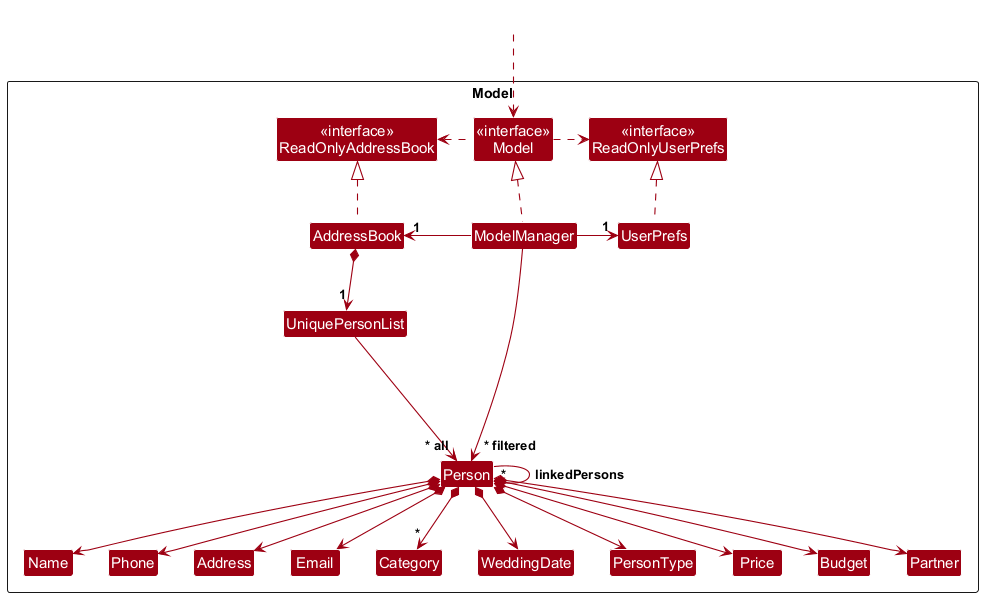
This is docs/images/ModelClassDiagram.png from xxdydx/tp, a PlantUML export, as it was before one commit.
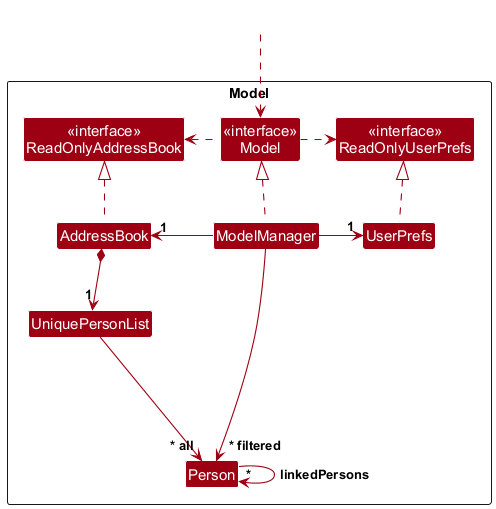
After the commit.

Commit message:
Fix errors related to class diagrams in the DG

Change to the diagram source:
```diff
@@ -14,16 +14,6 @@
 
 Class UniquePersonList
 Class Person
-Class Address
-Class Email
-Class Name
-Class Phone
-Class Category
-Class WeddingDate
-Class PersonType
-Class Price
-Class Budget
-Class Partner
 
 Class I #FFFFFF
 }
@@ -42,24 +32,10 @@
 
 AddressBook *--> "1" UniquePersonList
 UniquePersonList --> "~* all" Person
-Person *--> Name
-Person *--> Phone
-Person *--> Email
-Person *--> Address
-Person *--> "*" Category
-Person *--> WeddingDate
-Person *--> PersonType
-Person *--> Price
-Person *--> Budget
-Person *--> Partner
 Person --> "*" Person : linkedPersons
 
 Person -[hidden]up--> I
 UniquePersonList -[hidden]right-> I
 
-Name -[hidden]right-> Phone
-Phone -[hidden]right-> Address
-Address -[hidden]right-> Email
-
 ModelManager --> "~* filtered" Person
 @enduml
```
